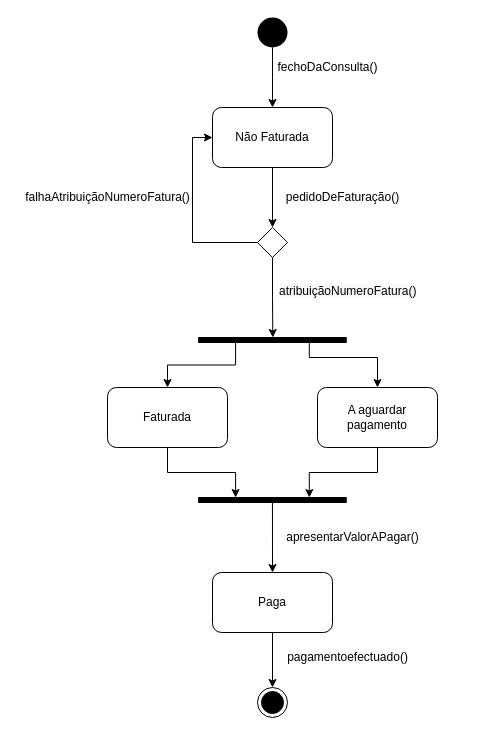
Earlier version of the draw.io diagram Diagrama de Estados-Faturação.drawio (carlan92/Hospital_Management_System). Source tidied: cells renumbered, new cells numbered last; positions are measured from the earlier drawing's top-left corner, leaving out a move shared by most shapes. Both pictures are drawn from the tidied source at 100%, with x=0, y=0 at pixel (17, 17).
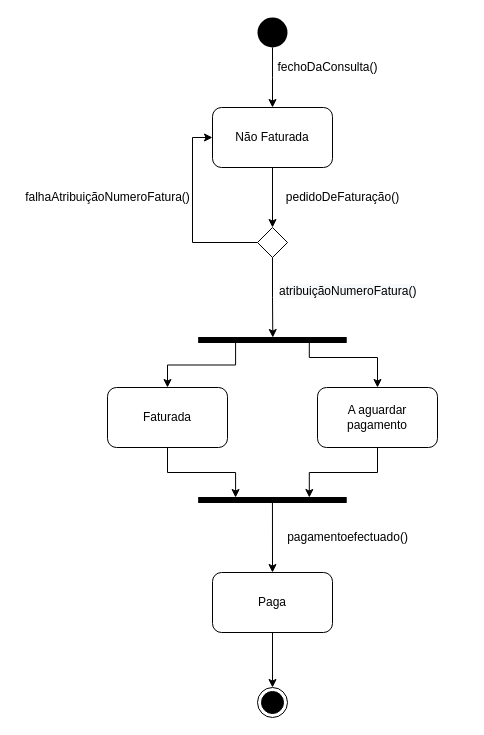
Above is the later version.

Commit message:
#2 Diagrama de estados - Faturação

What changed in the source:
```diff
@@
     <mxCell id="9" value="pagamentoefectuado()" style="text;html=1;align=center;verticalAlign=middle;" parent="1" vertex="1">
-      <mxGeometry x="260" y="630" width="140" height="20" as="geometry" />
+      <mxGeometry x="260" y="510" width="140" height="20" as="geometry" />
     </mxCell>
-    <mxCell id="10" value="apresentarValorAPagar()" style="text;html=1;align=center;verticalAlign=middle;" parent="1" vertex="1">
-      <mxGeometry x="260" y="510" width="150" height="20" as="geometry" />
-    </mxCell>
```
